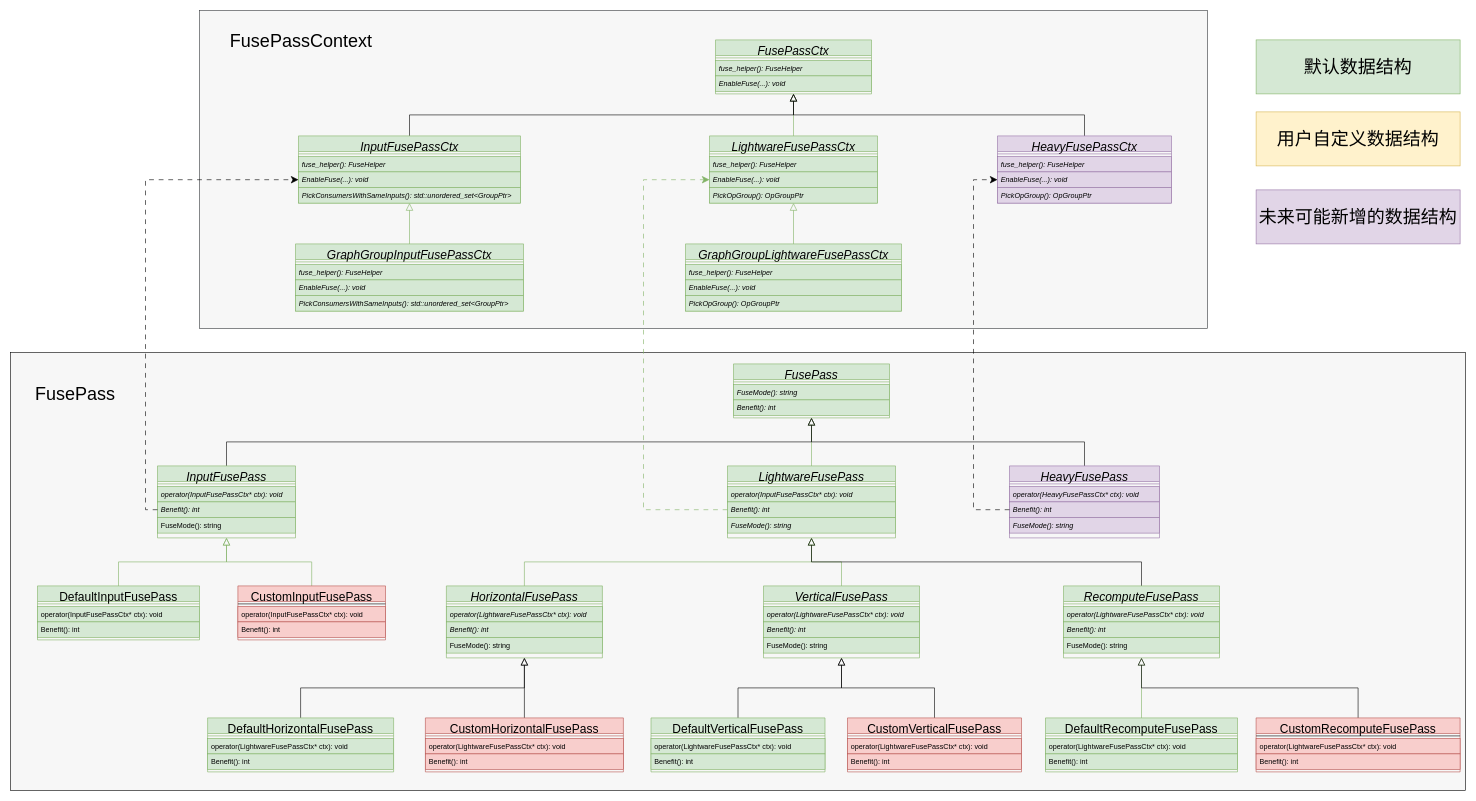
Earlier version of the draw.io diagram PassUML.drawio (jiahy0825/draw.io). Source tidied: cells renumbered, new cells numbered last; positions are measured from the earlier drawing's top-left corner, leaving out a move shared by most shapes. Both pictures are drawn from the tidied source at 60%, with x=0, y=0 at pixel (10, 10).
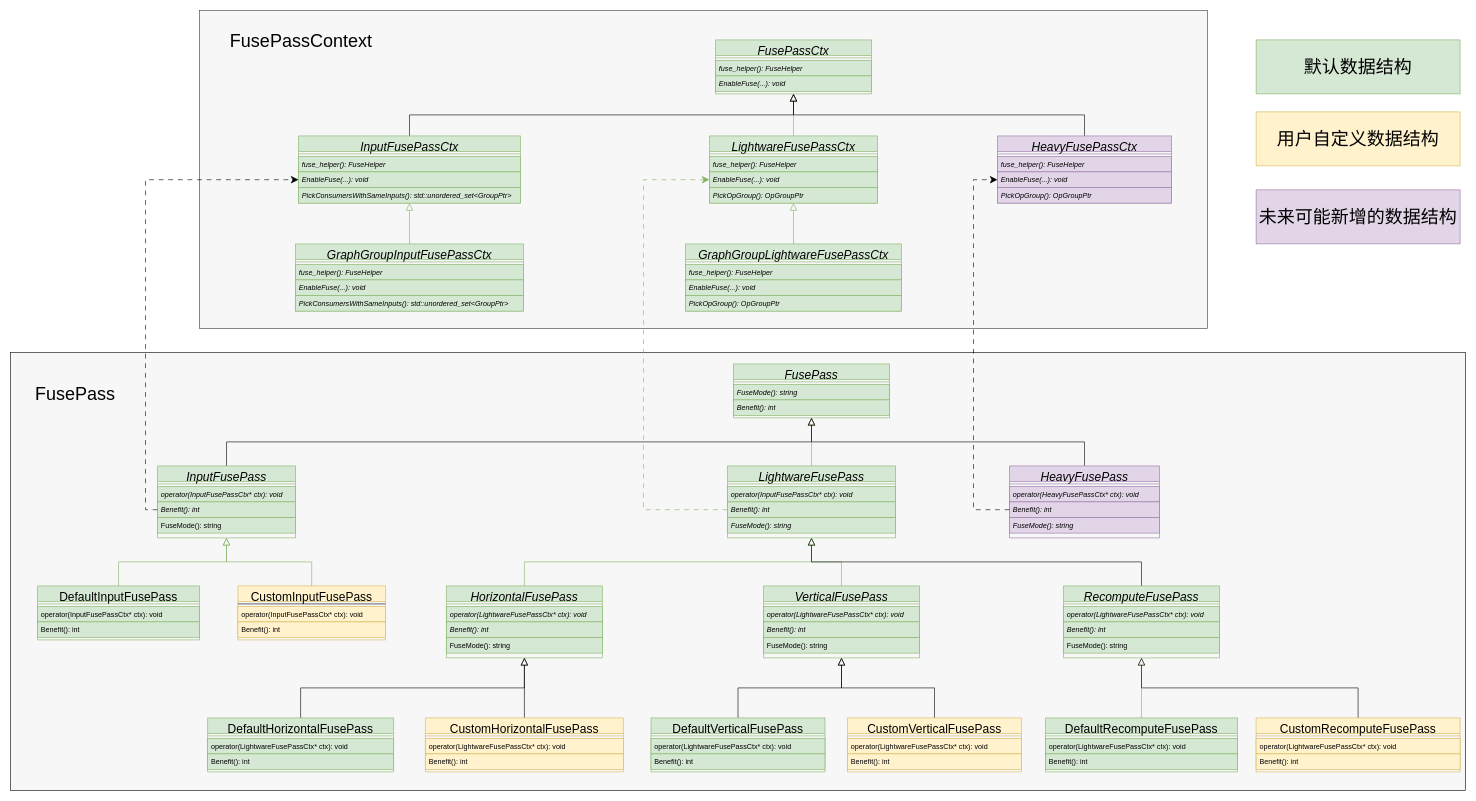
The same page after the edit.

Diff of the diagram source:
```diff
@@
-    <mxCell id="21" value="CustomInputFusePass" style="swimlane;fontStyle=0;align=center;verticalAlign=top;horizontal=1;startSize=26;rounded=0;shadow=0;strokeWidth=1;fillColor=#f8cecc;strokeColor=#b85450;fontSize=20;" parent="1" vertex="1">
+    <mxCell id="21" value="CustomInputFusePass" style="swimlane;fontStyle=0;align=center;verticalAlign=top;horizontal=1;startSize=26;rounded=0;shadow=0;strokeWidth=1;fillColor=#fff2cc;strokeColor=#d6b656;fontSize=20;" parent="1" vertex="1">
       <mxGeometry x="379" y="959" width="246" height="90" as="geometry" />
     </mxCell>
@@
-    <mxCell id="23" value="operator(InputFusePassCtx* ctx): void" style="text;align=left;verticalAlign=top;spacingLeft=4;spacingRight=4;overflow=hidden;fontStyle=0;fillColor=#f8cecc;strokeColor=#b85450;" parent="21" vertex="1">
+    <mxCell id="23" value="operator(InputFusePassCtx* ctx): void" style="text;align=left;verticalAlign=top;spacingLeft=4;spacingRight=4;overflow=hidden;fontStyle=0;fillColor=#fff2cc;strokeColor=#d6b656;" parent="21" vertex="1">
       <mxGeometry y="34" width="246" height="26" as="geometry" />
     </mxCell>
-    <mxCell id="24" value="Benefit(): int" style="text;align=left;verticalAlign=top;spacingLeft=4;spacingRight=4;overflow=hidden;fontStyle=0;fillColor=#f8cecc;strokeColor=#b85450;" parent="21" vertex="1">
+    <mxCell id="24" value="Benefit(): int" style="text;align=left;verticalAlign=top;spacingLeft=4;spacingRight=4;overflow=hidden;fontStyle=0;fillColor=#fff2cc;strokeColor=#d6b656;" parent="21" vertex="1">
       <mxGeometry y="60" width="246" height="26" as="geometry" />
     </mxCell>
@@
-    <mxCell id="51" value="CustomHorizontalFusePass" style="swimlane;fontStyle=0;align=center;verticalAlign=top;horizontal=1;startSize=26;rounded=0;shadow=0;strokeWidth=1;fillColor=#f8cecc;strokeColor=#b85450;fontSize=20;" parent="1" vertex="1">
+    <mxCell id="51" value="CustomHorizontalFusePass" style="swimlane;fontStyle=0;align=center;verticalAlign=top;horizontal=1;startSize=26;rounded=0;shadow=0;strokeWidth=1;fillColor=#fff2cc;strokeColor=#d6b656;fontSize=20;" parent="1" vertex="1">
       <mxGeometry x="691.5" y="1179" width="330" height="90" as="geometry" />
     </mxCell>
-    <mxCell id="52" style="line;html=1;strokeWidth=1;align=left;verticalAlign=middle;spacingTop=-1;spacingLeft=3;spacingRight=3;labelPosition=right;fillColor=#f8cecc;strokeColor=#b85450;" parent="51" vertex="1">
+    <mxCell id="52" style="line;html=1;strokeWidth=1;align=left;verticalAlign=middle;spacingTop=-1;spacingLeft=3;spacingRight=3;labelPosition=right;fillColor=#fff2cc;strokeColor=#d6b656;" parent="51" vertex="1">
       <mxGeometry y="26" width="330" height="8" as="geometry" />
     </mxCell>
-    <mxCell id="53" value="operator(LightwareFusePassCtx* ctx): void" style="text;align=left;verticalAlign=top;spacingLeft=4;spacingRight=4;overflow=hidden;fontStyle=0;fillColor=#f8cecc;strokeColor=#b85450;" parent="51" vertex="1">
+    <mxCell id="53" value="operator(LightwareFusePassCtx* ctx): void" style="text;align=left;verticalAlign=top;spacingLeft=4;spacingRight=4;overflow=hidden;fontStyle=0;fillColor=#fff2cc;strokeColor=#d6b656;" parent="51" vertex="1">
       <mxGeometry y="34" width="330" height="26" as="geometry" />
     </mxCell>
-    <mxCell id="54" value="Benefit(): int" style="text;align=left;verticalAlign=top;spacingLeft=4;spacingRight=4;overflow=hidden;fontStyle=0;fillColor=#f8cecc;strokeColor=#b85450;" parent="51" vertex="1">
+    <mxCell id="54" value="Benefit(): int" style="text;align=left;verticalAlign=top;spacingLeft=4;spacingRight=4;overflow=hidden;fontStyle=0;fillColor=#fff2cc;strokeColor=#d6b656;" parent="51" vertex="1">
       <mxGeometry y="60" width="330" height="26" as="geometry" />
     </mxCell>
@@
-    <mxCell id="67" value="CustomVerticalFusePass" style="swimlane;fontStyle=0;align=center;verticalAlign=top;horizontal=1;startSize=26;rounded=0;shadow=0;strokeWidth=1;fillColor=#f8cecc;strokeColor=#b85450;fontSize=20;" parent="1" vertex="1">
+    <mxCell id="67" value="CustomVerticalFusePass" style="swimlane;fontStyle=0;align=center;verticalAlign=top;horizontal=1;startSize=26;rounded=0;shadow=0;strokeWidth=1;fillColor=#fff2cc;strokeColor=#d6b656;fontSize=20;" parent="1" vertex="1">
       <mxGeometry x="1395" y="1179" width="290" height="90" as="geometry" />
     </mxCell>
-    <mxCell id="68" style="line;html=1;strokeWidth=1;align=left;verticalAlign=middle;spacingTop=-1;spacingLeft=3;spacingRight=3;labelPosition=right;fillColor=#f8cecc;strokeColor=#b85450;" parent="67" vertex="1">
+    <mxCell id="68" style="line;html=1;strokeWidth=1;align=left;verticalAlign=middle;spacingTop=-1;spacingLeft=3;spacingRight=3;labelPosition=right;fillColor=#fff2cc;strokeColor=#d6b656;" parent="67" vertex="1">
       <mxGeometry y="26" width="290" height="8" as="geometry" />
     </mxCell>
-    <mxCell id="69" value="operator(LightwareFusePassCtx* ctx): void" style="text;align=left;verticalAlign=top;spacingLeft=4;spacingRight=4;overflow=hidden;fontStyle=0;fillColor=#f8cecc;strokeColor=#b85450;" parent="67" vertex="1">
+    <mxCell id="69" value="operator(LightwareFusePassCtx* ctx): void" style="text;align=left;verticalAlign=top;spacingLeft=4;spacingRight=4;overflow=hidden;fontStyle=0;fillColor=#fff2cc;strokeColor=#d6b656;" parent="67" vertex="1">
       <mxGeometry y="34" width="290" height="26" as="geometry" />
     </mxCell>
-    <mxCell id="70" value="Benefit(): int" style="text;align=left;verticalAlign=top;spacingLeft=4;spacingRight=4;overflow=hidden;fontStyle=0;fillColor=#f8cecc;strokeColor=#b85450;" parent="67" vertex="1">
+    <mxCell id="70" value="Benefit(): int" style="text;align=left;verticalAlign=top;spacingLeft=4;spacingRight=4;overflow=hidden;fontStyle=0;fillColor=#fff2cc;strokeColor=#d6b656;" parent="67" vertex="1">
       <mxGeometry y="60" width="290" height="26" as="geometry" />
     </mxCell>
@@
-    <mxCell id="83" value="CustomRecomputeFusePass" style="swimlane;fontStyle=0;align=center;verticalAlign=top;horizontal=1;startSize=26;rounded=0;shadow=0;strokeWidth=1;fillColor=#f8cecc;strokeColor=#b85450;fontSize=20;" parent="1" vertex="1">
+    <mxCell id="83" value="CustomRecomputeFusePass" style="swimlane;fontStyle=0;align=center;verticalAlign=top;horizontal=1;startSize=26;rounded=0;shadow=0;strokeWidth=1;fillColor=#fff2cc;strokeColor=#d6b656;fontSize=20;" parent="1" vertex="1">
       <mxGeometry x="2076" y="1179" width="340" height="90" as="geometry" />
     </mxCell>
-    <mxCell id="84" style="line;html=1;strokeWidth=1;align=left;verticalAlign=middle;spacingTop=-1;spacingLeft=3;spacingRight=3;labelPosition=right;" parent="83" vertex="1">
+    <mxCell id="84" style="line;html=1;strokeWidth=1;align=left;verticalAlign=middle;spacingTop=-1;spacingLeft=3;spacingRight=3;labelPosition=right;fillColor=#fff2cc;strokeColor=#d6b656;" parent="83" vertex="1">
       <mxGeometry y="26" width="340" height="8" as="geometry" />
     </mxCell>
-    <mxCell id="85" value="operator(LightwareFusePassCtx* ctx): void" style="text;align=left;verticalAlign=top;spacingLeft=4;spacingRight=4;overflow=hidden;fontStyle=0;fillColor=#f8cecc;strokeColor=#b85450;" parent="83" vertex="1">
+    <mxCell id="85" value="operator(LightwareFusePassCtx* ctx): void" style="text;align=left;verticalAlign=top;spacingLeft=4;spacingRight=4;overflow=hidden;fontStyle=0;fillColor=#fff2cc;strokeColor=#d6b656;" parent="83" vertex="1">
       <mxGeometry y="34" width="340" height="26" as="geometry" />
     </mxCell>
-    <mxCell id="86" value="Benefit(): int" style="text;align=left;verticalAlign=top;spacingLeft=4;spacingRight=4;overflow=hidden;fontStyle=0;fillColor=#f8cecc;strokeColor=#b85450;" parent="83" vertex="1">
+    <mxCell id="86" value="Benefit(): int" style="text;align=left;verticalAlign=top;spacingLeft=4;spacingRight=4;overflow=hidden;fontStyle=0;fillColor=#fff2cc;strokeColor=#d6b656;" parent="83" vertex="1">
       <mxGeometry y="60" width="340" height="26" as="geometry" />
     </mxCell>
```
